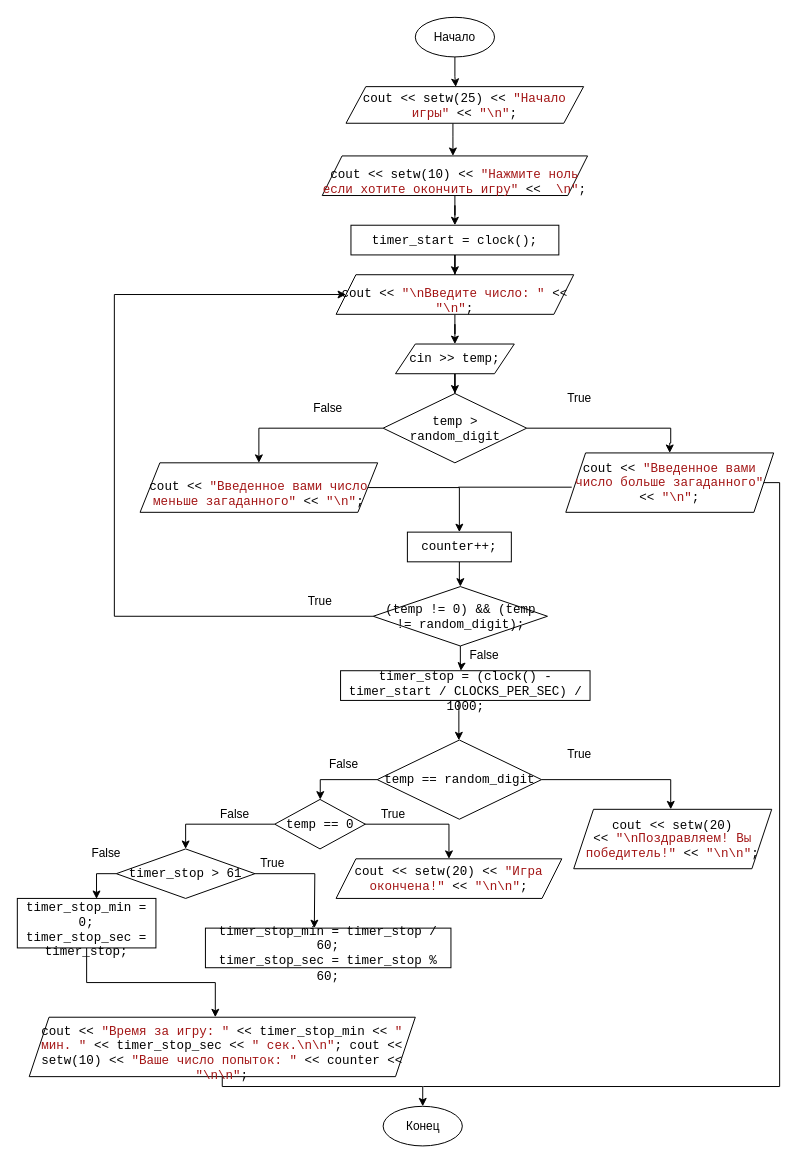
demchenkodenis1/itstep_flow_chart keeps this draw.io diagram as Flow_chart_lesson_2_task_4.drawio. Above is the earlier version. Source tidied: cells renumbered, new cells numbered last; positions are measured from the earlier drawing's top-left corner, leaving out a move shared by most shapes. Both pictures are drawn from the tidied source at 99%, with x=0, y=0 at pixel (17, 17).
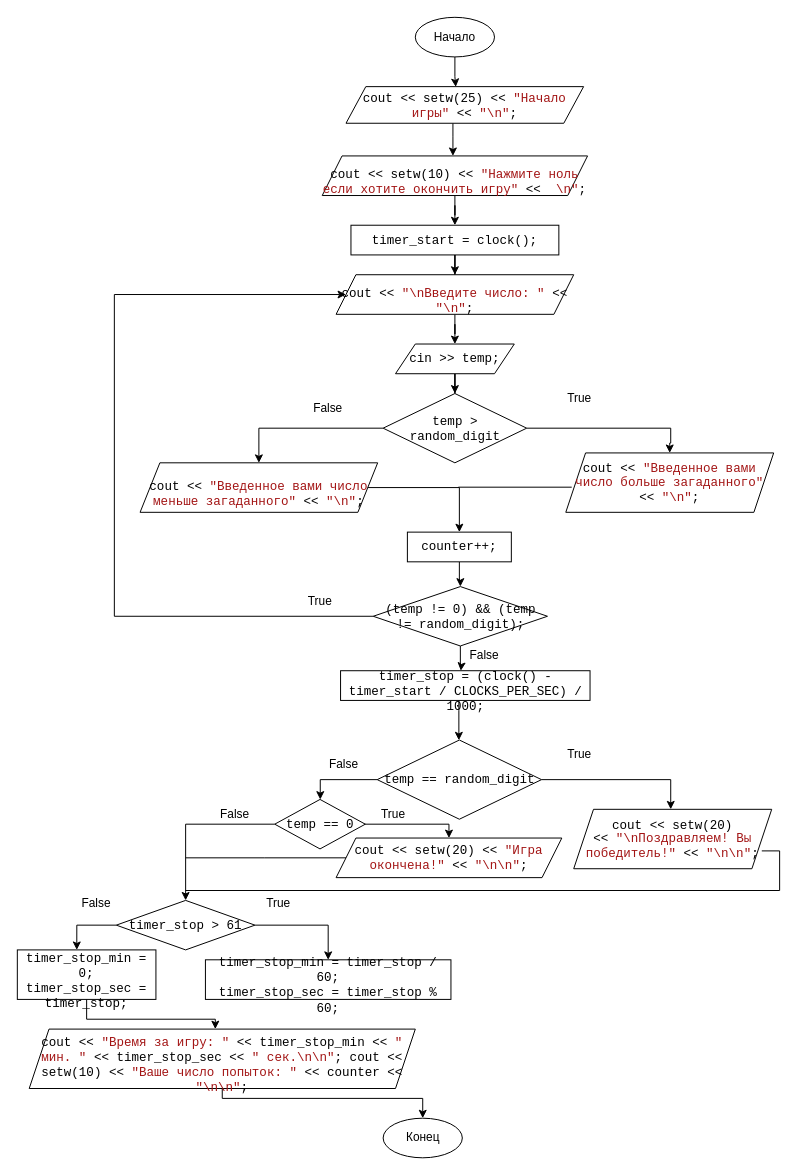
The same diagram, later.

Unchanged cells that the change refers to:
```xml
<mxCell id="17" value="&lt;span style=&quot;font-size: 9.5pt ; line-height: 107% ; font-family: &amp;#34;consolas&amp;#34;&quot;&gt;cout &amp;lt;&amp;lt; &lt;/span&gt;&lt;span style=&quot;font-size: 9.5pt ; line-height: 107% ; font-family: &amp;#34;consolas&amp;#34; ; color: #a31515&quot;&gt;&quot;Введенное вами число больше загаданного&quot;&lt;/span&gt;&lt;span style=&quot;font-size: 9.5pt ; line-height: 107% ; font-family: &amp;#34;consolas&amp;#34;&quot;&gt; &amp;lt;&amp;lt; &lt;/span&gt;&lt;span style=&quot;font-size: 9.5pt ; line-height: 107% ; font-family: &amp;#34;consolas&amp;#34; ; color: #a31515&quot;&gt;&quot;\n&quot;&lt;/span&gt;&lt;span style=&quot;font-size: 9.5pt ; line-height: 107% ; font-family: &amp;#34;consolas&amp;#34;&quot;&gt;;&lt;/span&gt;" style="shape=parallelogram;perimeter=parallelogramPerimeter;whiteSpace=wrap;html=1;fixedSize=1;" parent="1" vertex="1">
  <mxGeometry x="554" y="440" width="210" height="60" as="geometry" />
</mxCell>
```

Change to the diagram source:
```diff
@@
     <mxCell id="34" value="&lt;span style=&quot;font-size: 9.5pt ; line-height: 107% ; font-family: &amp;#34;consolas&amp;#34;&quot;&gt;cout &amp;lt;&amp;lt; setw(20) &amp;lt;&amp;lt; &lt;/span&gt;&lt;span style=&quot;font-size: 9.5pt ; line-height: 107% ; font-family: &amp;#34;consolas&amp;#34; ; color: #a31515&quot;&gt;&quot;Игра окончена!&quot;&lt;/span&gt;&lt;span style=&quot;font-size: 9.5pt ; line-height: 107% ; font-family: &amp;#34;consolas&amp;#34;&quot;&gt; &amp;lt;&amp;lt;&amp;nbsp;&lt;/span&gt;&lt;span style=&quot;font-size: 9.5pt ; line-height: 107% ; font-family: &amp;#34;consolas&amp;#34; ; color: #a31515&quot;&gt;&quot;\n\n&quot;&lt;/span&gt;&lt;span style=&quot;font-size: 9.5pt ; line-height: 107% ; font-family: &amp;#34;consolas&amp;#34;&quot;&gt;;&lt;/span&gt;" style="shape=parallelogram;perimeter=parallelogramPerimeter;whiteSpace=wrap;html=1;fixedSize=1;" parent="1" vertex="1">
-      <mxGeometry x="322" y="850" width="228" height="40" as="geometry" />
+      <mxGeometry x="322" y="829" width="228" height="40" as="geometry" />
     </mxCell>
-    <mxCell id="35" style="edgeStyle=orthogonalEdgeStyle;rounded=0;jettySize=auto;html=1;" parent="1" edge="1" source="37">
+    <mxCell id="35" style="edgeStyle=orthogonalEdgeStyle;rounded=0;jettySize=auto;html=1;entryX=0.5;entryY=0;entryDx=0;entryDy=0;exitX=1;exitY=0.5;exitDx=0;exitDy=0;" parent="1" edge="1" target="38">
       <mxGeometry relative="1" as="geometry">
-        <mxPoint x="300" y="920" as="targetPoint" />
+        <mxPoint x="240" y="917" as="sourcePoint" />
+        <Array as="points">
+          <mxPoint x="314" y="917" />
+        </Array>
       </mxGeometry>
     </mxCell>
-    <mxCell id="36" style="edgeStyle=orthogonalEdgeStyle;rounded=0;jettySize=auto;html=1;" parent="1" edge="1" source="37">
+    <mxCell id="36" style="edgeStyle=orthogonalEdgeStyle;rounded=0;jettySize=auto;html=1;exitX=0;exitY=0.5;exitDx=0;exitDy=0;entryX=0.429;entryY=0;entryDx=0;entryDy=0;entryPerimeter=0;" parent="1" edge="1" target="40">
       <mxGeometry relative="1" as="geometry">
-        <mxPoint x="80" y="890" as="targetPoint" />
+        <mxPoint x="100" y="917" as="sourcePoint" />
+        <Array as="points">
+          <mxPoint x="60" y="917" />
+        </Array>
       </mxGeometry>
     </mxCell>
     <mxCell id="37" value="&lt;span lang=&quot;EN-US&quot; style=&quot;font-size: 9.5pt ; line-height: 107% ; font-family: &amp;#34;consolas&amp;#34;&quot;&gt;timer_stop &amp;gt; 61&lt;/span&gt;" style="rhombus;whiteSpace=wrap;html=1;" parent="1" vertex="1">
-      <mxGeometry x="100" y="840" width="140" height="50" as="geometry" />
+      <mxGeometry x="100" y="892" width="140" height="50" as="geometry" />
     </mxCell>
     <mxCell id="38" value="&lt;p class=&quot;MsoNormal&quot; style=&quot;margin-bottom: 0cm ; line-height: normal&quot;&gt;&lt;span lang=&quot;EN-US&quot; style=&quot;font-size: 9.5pt ; font-family: &amp;#34;consolas&amp;#34;&quot;&gt;timer_stop_min = timer_stop / 60;&lt;/span&gt;&lt;/p&gt;&lt;span style=&quot;font-family: &amp;#34;consolas&amp;#34; ; font-size: 9.5pt&quot;&gt;timer_stop_sec = timer_stop % 60;&lt;/span&gt;" style="rounded=0;whiteSpace=wrap;html=1;" parent="1" vertex="1">
-      <mxGeometry x="190" y="920" width="248" height="40" as="geometry" />
+      <mxGeometry x="190" y="952" width="248" height="40" as="geometry" />
     </mxCell>
     <mxCell id="39" style="edgeStyle=orthogonalEdgeStyle;rounded=0;jettySize=auto;html=1;entryX=0.482;entryY=0;entryDx=0;entryDy=0;entryPerimeter=0;" parent="1" edge="1" source="40" target="42">
-      <mxGeometry relative="1" as="geometry" />
+      <mxGeometry relative="1" as="geometry">
+        <Array as="points">
+          <mxPoint x="70" y="1012" />
+          <mxPoint x="200" y="1012" />
+        </Array>
+      </mxGeometry>
     </mxCell>
     <mxCell id="40" value="&lt;p class=&quot;MsoNormal&quot; style=&quot;margin-bottom: 0cm ; line-height: normal&quot;&gt;&lt;span lang=&quot;EN-US&quot; style=&quot;font-size: 9.5pt ; font-family: &amp;#34;consolas&amp;#34;&quot;&gt;timer_stop_min = 0;&lt;/span&gt;&lt;/p&gt;&lt;span lang=&quot;EN-US&quot; style=&quot;font-size: 9.5pt ; line-height: 107% ; font-family: &amp;#34;consolas&amp;#34;&quot;&gt;timer_stop_sec = timer_stop;&lt;/span&gt;" style="rounded=0;whiteSpace=wrap;html=1;" parent="1" vertex="1">
-      <mxGeometry y="890" width="140" height="50" as="geometry" />
+      <mxGeometry y="942" width="140" height="50" as="geometry" />
     </mxCell>
     <mxCell id="41" style="edgeStyle=orthogonalEdgeStyle;rounded=0;jettySize=auto;html=1;entryX=0.5;entryY=0;entryDx=0;entryDy=0;" parent="1" edge="1" source="42" target="43">
       <mxGeometry relative="1" as="geometry">
         <Array as="points">
-          <mxPoint x="207" y="1080" />
-          <mxPoint x="410" y="1080" />
+          <mxPoint x="207" y="1092" />
+          <mxPoint x="410" y="1092" />
         </Array>
       </mxGeometry>
     </mxCell>
     <mxCell id="42" value="&lt;p class=&quot;MsoNormal&quot; style=&quot;margin-bottom: 0cm ; line-height: normal&quot;&gt;&lt;span lang=&quot;EN-US&quot; style=&quot;font-size: 9.5pt ; font-family: &amp;#34;consolas&amp;#34;&quot;&gt;cout &amp;lt;&amp;lt; &lt;/span&gt;&lt;span lang=&quot;EN-US&quot; style=&quot;font-size: 9.5pt ; font-family: &amp;#34;consolas&amp;#34; ; color: #a31515&quot;&gt;&quot;&lt;/span&gt;&lt;span style=&quot;font-size: 9.5pt ; font-family: &amp;#34;consolas&amp;#34; ; color: #a31515&quot;&gt;Время&lt;/span&gt;&lt;span style=&quot;font-size: 9.5pt ; font-family: &amp;#34;consolas&amp;#34; ; color: #a31515&quot;&gt; &lt;/span&gt;&lt;span style=&quot;font-size: 9.5pt ; font-family: &amp;#34;consolas&amp;#34; ; color: #a31515&quot;&gt;за&lt;/span&gt;&lt;span style=&quot;font-size: 9.5pt ; font-family: &amp;#34;consolas&amp;#34; ; color: #a31515&quot;&gt; &lt;/span&gt;&lt;span style=&quot;font-size: 9.5pt ; font-family: &amp;#34;consolas&amp;#34; ; color: #a31515&quot;&gt;игру&lt;/span&gt;&lt;span lang=&quot;EN-US&quot; style=&quot;font-size: 9.5pt ; font-family: &amp;#34;consolas&amp;#34; ; color: #a31515&quot;&gt;: &quot;&lt;/span&gt;&lt;span lang=&quot;EN-US&quot; style=&quot;font-size: 9.5pt ; font-family: &amp;#34;consolas&amp;#34;&quot;&gt; &amp;lt;&amp;lt; timer_stop_min &amp;lt;&amp;lt; &lt;/span&gt;&lt;span lang=&quot;EN-US&quot; style=&quot;font-size: 9.5pt ; font-family: &amp;#34;consolas&amp;#34; ; color: #a31515&quot;&gt;&quot; &lt;/span&gt;&lt;span style=&quot;font-size: 9.5pt ; font-family: &amp;#34;consolas&amp;#34; ; color: #a31515&quot;&gt;мин&lt;/span&gt;&lt;span lang=&quot;EN-US&quot; style=&quot;font-size: 9.5pt ; font-family: &amp;#34;consolas&amp;#34; ; color: #a31515&quot;&gt;. &quot;&lt;/span&gt;&lt;span lang=&quot;EN-US&quot; style=&quot;font-size: 9.5pt ; font-family: &amp;#34;consolas&amp;#34;&quot;&gt; &amp;lt;&amp;lt; timer_stop_sec &amp;lt;&amp;lt; &lt;/span&gt;&lt;span lang=&quot;EN-US&quot; style=&quot;font-size: 9.5pt ; font-family: &amp;#34;consolas&amp;#34; ; color: #a31515&quot;&gt;&quot; &lt;/span&gt;&lt;span style=&quot;font-size: 9.5pt ; font-family: &amp;#34;consolas&amp;#34; ; color: #a31515&quot;&gt;сек&lt;/span&gt;&lt;span lang=&quot;EN-US&quot; style=&quot;font-size: 9.5pt ; font-family: &amp;#34;consolas&amp;#34; ; color: #a31515&quot;&gt;.\n\n&quot;&lt;/span&gt;&lt;span lang=&quot;EN-US&quot; style=&quot;font-size: 9.5pt ; font-family: &amp;#34;consolas&amp;#34;&quot;&gt;;&amp;nbsp;&lt;/span&gt;&lt;span lang=&quot;EN-US&quot; style=&quot;font-size: 9.5pt ; font-family: &amp;#34;consolas&amp;#34;&quot;&gt;cout &amp;lt;&amp;lt; setw(10) &amp;lt;&amp;lt; &lt;/span&gt;&lt;span lang=&quot;EN-US&quot; style=&quot;font-size: 9.5pt ; font-family: &amp;#34;consolas&amp;#34; ; color: rgb(163 , 21 , 21)&quot;&gt;&quot;&lt;/span&gt;&lt;span style=&quot;font-size: 9.5pt ; font-family: &amp;#34;consolas&amp;#34; ; color: rgb(163 , 21 , 21)&quot;&gt;Ваше&lt;/span&gt;&lt;span style=&quot;font-size: 9.5pt ; font-family: &amp;#34;consolas&amp;#34; ; color: rgb(163 , 21 , 21)&quot;&gt; &lt;/span&gt;&lt;span style=&quot;font-size: 9.5pt ; font-family: &amp;#34;consolas&amp;#34; ; color: rgb(163 , 21 , 21)&quot;&gt;число&lt;/span&gt;&lt;span style=&quot;font-size: 9.5pt ; font-family: &amp;#34;consolas&amp;#34; ; color: rgb(163 , 21 , 21)&quot;&gt; &lt;/span&gt;&lt;span style=&quot;font-size: 9.5pt ; font-family: &amp;#34;consolas&amp;#34; ; color: rgb(163 , 21 , 21)&quot;&gt;попыток&lt;/span&gt;&lt;span lang=&quot;EN-US&quot; style=&quot;font-size: 9.5pt ; font-family: &amp;#34;consolas&amp;#34; ; color: rgb(163 , 21 , 21)&quot;&gt;: &quot;&lt;/span&gt;&lt;span lang=&quot;EN-US&quot; style=&quot;font-size: 9.5pt ; font-family: &amp;#34;consolas&amp;#34;&quot;&gt; &amp;lt;&amp;lt;&amp;nbsp;&lt;/span&gt;&lt;span lang=&quot;EN-US&quot; style=&quot;font-size: 9.5pt ; font-family: &amp;#34;consolas&amp;#34;&quot;&gt;counter &amp;lt;&amp;lt; &lt;/span&gt;&lt;span lang=&quot;EN-US&quot; style=&quot;font-size: 9.5pt ; font-family: &amp;#34;consolas&amp;#34; ; color: rgb(163 , 21 , 21)&quot;&gt;&quot;\n\n&quot;&lt;/span&gt;&lt;span lang=&quot;EN-US&quot; style=&quot;font-size: 9.5pt ; font-family: &amp;#34;consolas&amp;#34;&quot;&gt;;&lt;/span&gt;&lt;/p&gt;" style="shape=parallelogram;perimeter=parallelogramPerimeter;whiteSpace=wrap;html=1;fixedSize=1;" parent="1" vertex="1">
-      <mxGeometry x="12" y="1010" width="390" height="60" as="geometry" />
+      <mxGeometry x="12" y="1022" width="390" height="60" as="geometry" />
     </mxCell>
     <mxCell id="43" value="Конец" style="ellipse;whiteSpace=wrap;html=1;" parent="1" vertex="1">
-      <mxGeometry x="369.5" y="1100" width="80" height="40" as="geometry" />
+      <mxGeometry x="369.5" y="1112" width="80" height="40" as="geometry" />
     </mxCell>
@@
     <mxCell id="53" value="False" style="text;html=1;strokeColor=none;fillColor=none;align=center;verticalAlign=middle;whiteSpace=wrap;rounded=0;" parent="1" vertex="1">
-      <mxGeometry x="60" y="830" width="60" height="30" as="geometry" />
+      <mxGeometry x="50" y="880" width="60" height="30" as="geometry" />
     </mxCell>
     <mxCell id="54" value="True" style="text;html=1;strokeColor=none;fillColor=none;align=center;verticalAlign=middle;whiteSpace=wrap;rounded=0;" parent="1" vertex="1">
-      <mxGeometry x="200" y="840" width="116" height="30" as="geometry" />
+      <mxGeometry x="206" y="880" width="116" height="30" as="geometry" />
     </mxCell>
-    <mxCell id="55" style="endArrow=none;html=1;rounded=0;entryX=1;entryY=0.5;entryDx=0;entryDy=0;" parent="1" edge="1" target="17">
+    <mxCell id="55" style="endArrow=none;html=1;rounded=0;entryX=1;entryY=0.5;entryDx=0;entryDy=0;" parent="1" edge="1">
       <mxGeometry relative="1" as="geometry">
-        <mxPoint x="410" y="1080" as="sourcePoint" />
+        <mxPoint x="170" y="882" as="sourcePoint" />
+        <mxPoint x="752" y="842" as="targetPoint" />
         <Array as="points">
-          <mxPoint x="770" y="1080" />
-          <mxPoint x="770" y="470" />
+          <mxPoint x="770" y="882" />
+          <mxPoint x="770" y="842" />
         </Array>
       </mxGeometry>
     </mxCell>
+    <mxCell id="56" style="endArrow=none;html=1;rounded=0;entryX=0;entryY=0.5;entryDx=0;entryDy=0;" parent="1" edge="1" target="34">
+      <mxGeometry relative="1" as="geometry">
+        <mxPoint x="170" y="849" as="sourcePoint" />
+        <Array as="points">
+          <mxPoint x="250" y="849" />
+        </Array>
+      </mxGeometry>
+    </mxCell>
```
